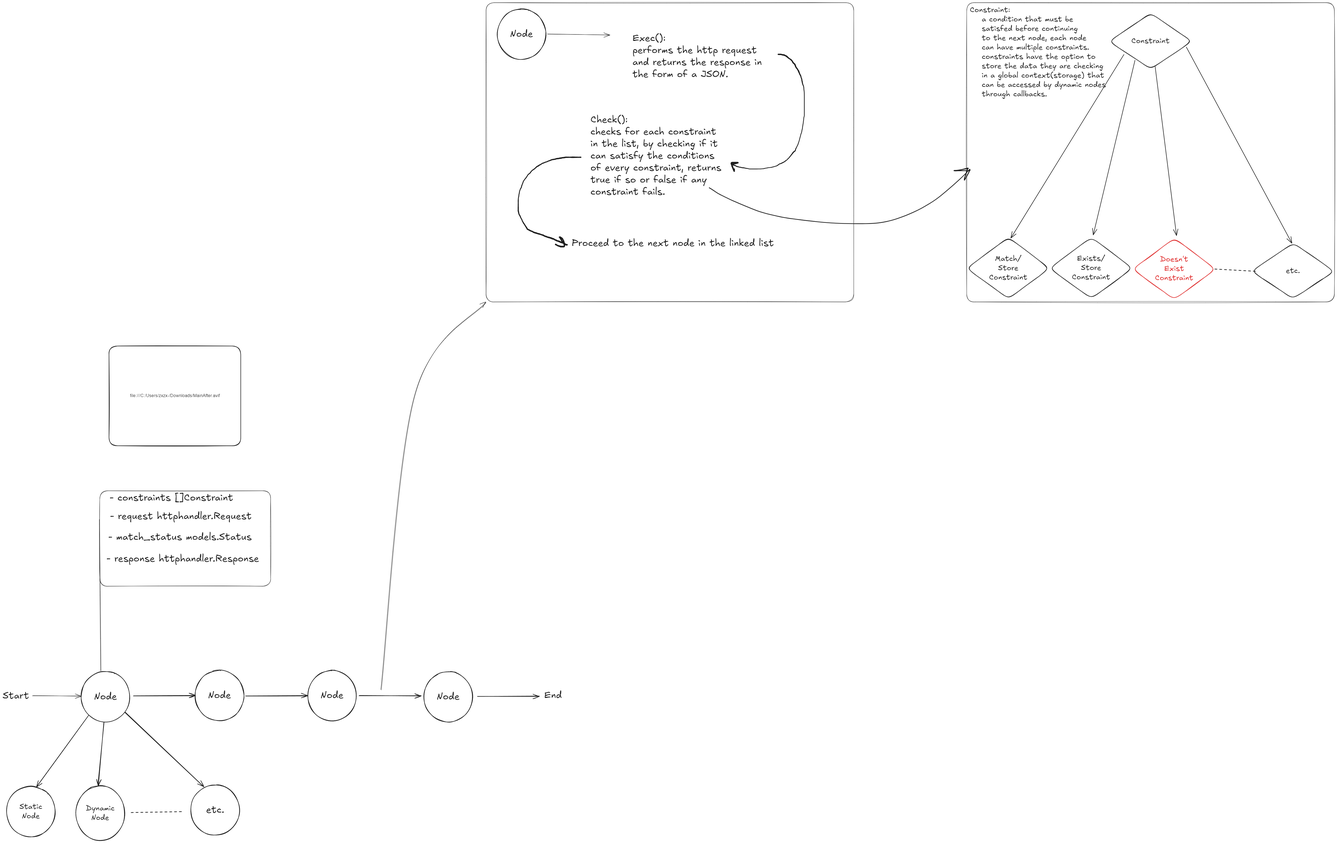
This is docs.excalidraw.png from ZiyadAlHaqbani/restngo, a Excalidraw export, as it was before one commit. Source tidied: one line per element, renumbered; positions are measured from the earlier drawing's top-left corner, leaving out a move shared by most shapes.
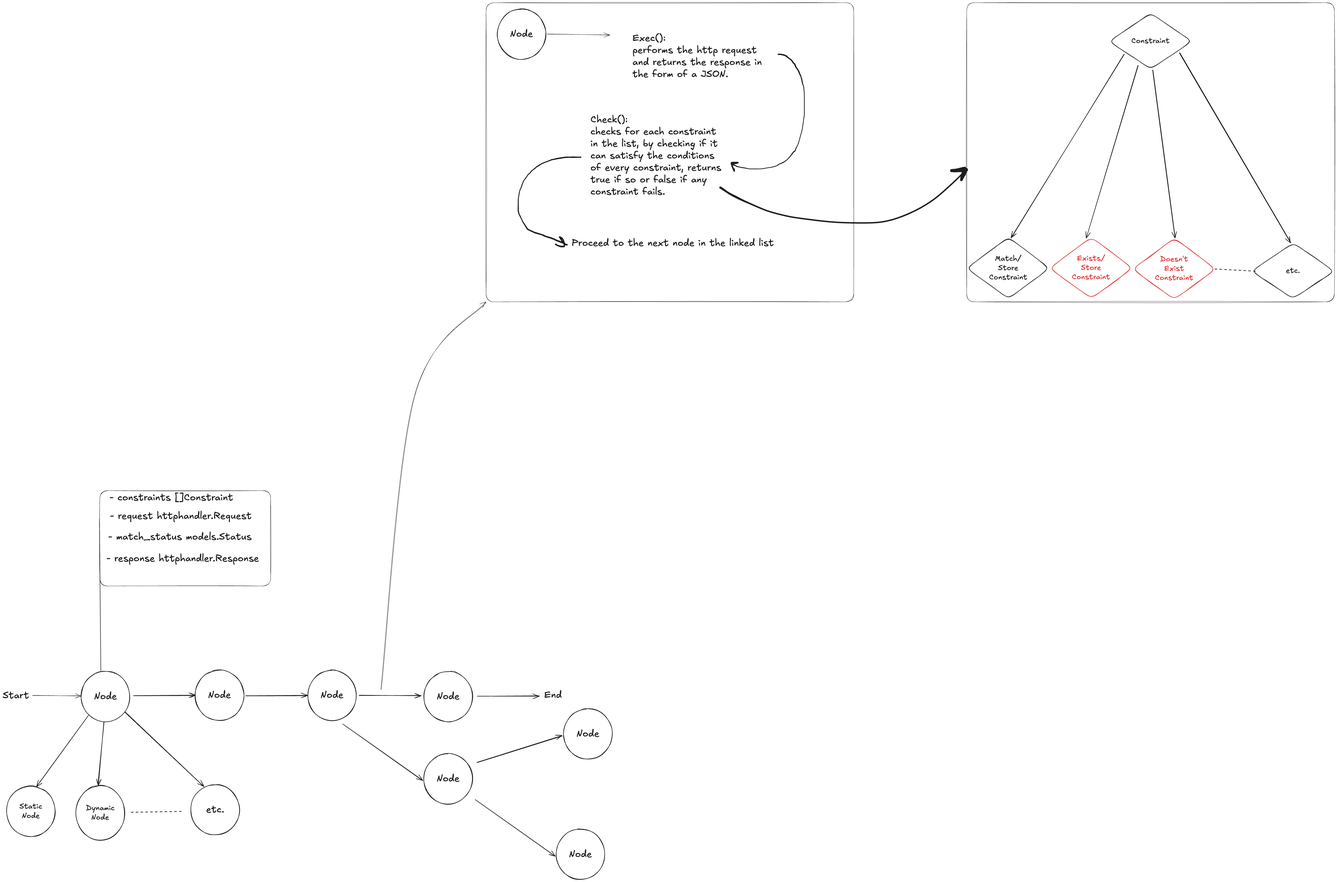
Later version of the same file.

Change to the diagram source:
```diff
@@ -39,21 +39,29 @@
 {"id": 38, "type": "freedraw", "strokeColor": "#1e1e1e", "strokeWidth": 1, "roughness": 1, "x": 2174, "y": 579, "width": 234, "height": 334, "points": [[-10, 0], [-41, 0], [-73, 2], [-102, 5], [-137, 17], [-169, 32], [-200, 60], [-227, 92], [-240, 133], [-244, 174], [-242, 207], [-227, 242], [-211, 268], [-186, 282], [-162, 288], [-137, 297], [-119, 304], [-98, 312], [-77, 319], [-64, 328], [-83, 311], [-83, 300], [-71, 324], [-83, 334], [-104, 328]]}
 {"id": 39, "type": "text", "text": "Proceed to the next node in the linked list", "strokeColor": "#1e1e1e", "strokeWidth": 1, "roughness": 1, "fontSize": 36, "fontFamily": 5, "x": 2130, "y": 878, "width": 757, "height": 45}
 {"id": 40, "type": "text", "text": "- response httphandler.Response", "strokeColor": "#1e1e1e", "strokeWidth": 1, "strokeStyle": "dashed", "roughness": 1, "fontSize": 36, "fontFamily": 5, "x": 389, "y": 2059, "width": 571, "height": 45}
-{"id": 41, "type": "freedraw", "strokeColor": "#1e1e1e", "strokeWidth": 1, "roughness": 1, "x": 2646, "y": 692, "width": 977, "height": 208, "points": [[0, 1], [22, 15], [53, 33], [87, 49], [157, 78], [231, 102], [314, 118], [465, 134], [626, 134], [723, 110], [859, 39], [943, -36], [975, -69], [971, -55], [956, -28], [957, -40], [965, -64], [968, -71], [958, -70], [927, -64], [916, -63], [923, -63], [953, -63], [972, -63], [975, -68]]}
+{"id": 41, "type": "freedraw", "strokeColor": "#1e1e1e", "strokeWidth": 2, "roughness": 1, "x": 2687, "y": 692, "width": 923, "height": 205, "points": [[0, 0], [21, 14], [50, 31], [82, 47], [148, 76], [218, 100], [296, 115], [439, 131], [591, 132], [683, 108], [812, 37], [891, -36], [921, -69], [917, -55], [902, -29], [904, -41], [911, -64], [915, -71], [904, -70], [875, -64], [865, -63], [871, -63], [900, -63], [918, -63], [921, -68]]}
 {"id": 42, "type": "rectangle", "strokeColor": "#1e1e1e", "strokeWidth": 1, "roughness": 1, "round": true, "x": 3610, "y": 0, "width": 1377, "height": 1120}
 {"id": 43, "type": "diamond", "strokeColor": "#1e1e1e", "strokeWidth": 2, "roughness": 1, "round": true, "x": 4143, "y": 40, "width": 310, "height": 208}
 {"id": 44, "type": "text", "text": "Constraint", "strokeColor": "#1e1e1e", "strokeWidth": 2, "roughness": 1, "fontSize": 28, "fontFamily": 5, "textAlign": "center", "verticalAlign": "middle", "inside": 43, "x": 4226, "y": 126, "width": 143, "height": 35}
 {"id": 45, "type": "diamond", "strokeColor": "#1e1e1e", "strokeWidth": 2, "roughness": 1, "round": true, "x": 3610, "y": 878, "width": 310, "height": 230}
 {"id": 46, "type": "text", "text": "Match/\nStore\nConstraint", "strokeColor": "#1e1e1e", "strokeWidth": 2, "roughness": 1, "fontSize": 28, "fontFamily": 5, "textAlign": "center", "verticalAlign": "middle", "inside": 45, "x": 3693, "y": 941, "width": 143, "height": 105}
-{"id": 47, "type": "diamond", "strokeColor": "#1e1e1e", "strokeWidth": 2, "roughness": 1, "round": true, "x": 3920, "y": 878, "width": 310, "height": 230}
+{"id": 47, "type": "diamond", "strokeColor": "#e03131", "strokeWidth": 2, "roughness": 1, "round": true, "x": 3920, "y": 878, "width": 310, "height": 230}
-{"id": 48, "type": "text", "text": "Exists/\nStore\nConstraint", "strokeColor": "#1e1e1e", "strokeWidth": 2, "roughness": 1, "fontSize": 28, "fontFamily": 5, "textAlign": "center", "verticalAlign": "middle", "inside": 47, "x": 4003, "y": 940, "width": 143, "height": 105}
+{"id": 48, "type": "text", "text": "Exists/\nStore\nConstraint", "strokeColor": "#e03131", "strokeWidth": 2, "roughness": 1, "fontSize": 28, "fontFamily": 5, "textAlign": "center", "verticalAlign": "middle", "inside": 47, "x": 4003, "y": 940, "width": 143, "height": 105}
 {"id": 49, "type": "diamond", "strokeColor": "#1e1e1e", "strokeWidth": 2, "roughness": 1, "round": true, "x": 4676, "y": 900, "width": 310, "height": 208}
 {"id": 50, "type": "text", "text": "etc.", "strokeColor": "#1e1e1e", "strokeWidth": 2, "roughness": 1, "fontSize": 28, "fontFamily": 5, "textAlign": "center", "verticalAlign": "middle", "inside": 49, "x": 4805, "y": 987, "width": 52, "height": 35}
-{"id": 51, "type": "arrow", "strokeColor": "#1e1e1e", "strokeWidth": 2, "roughness": 0, "endArrowhead": "arrow", "round": true, "x": 4198, "y": 194, "width": 423, "height": 687, "points": [[0, 0], [-423, 687]]}
+{"id": 51, "type": "arrow", "strokeColor": "#1e1e1e", "strokeWidth": 2, "roughness": 1, "endArrowhead": "arrow", "round": true, "x": 4198, "y": 194, "width": 423, "height": 687, "points": [[0, 0], [-423, 687]]}
-{"id": 52, "type": "arrow", "strokeColor": "#1e1e1e", "strokeWidth": 2, "roughness": 0, "endArrowhead": "arrow", "round": true, "from": 43, "to": 47, "x": 4240, "y": 216, "width": 156, "height": 653, "points": [[0, 0], [-156, 653]]}
+{"id": 52, "type": "arrow", "strokeColor": "#1e1e1e", "strokeWidth": 2, "roughness": 1, "endArrowhead": "arrow", "round": true, "from": 43, "to": 47, "x": 4251, "y": 236, "width": 194, "height": 644, "points": [[0, 0], [-194, 644]]}
-{"id": 53, "type": "arrow", "strokeColor": "#1e1e1e", "strokeWidth": 2, "roughness": 0, "endArrowhead": "arrow", "round": true, "from": 43, "to": 49, "x": 4432, "y": 166, "width": 395, "height": 734, "points": [[0, 0], [395, 734]]}
+{"id": 53, "type": "arrow", "strokeColor": "#1e1e1e", "strokeWidth": 2, "roughness": 1, "endArrowhead": "arrow", "round": true, "from": 43, "to": 49, "x": 4406, "y": 187, "width": 417, "height": 712, "points": [[0, 0], [417, 712]]}
 {"id": 54, "type": "line", "strokeColor": "#1e1e1e", "strokeWidth": 2, "strokeStyle": "dashed", "roughness": 1, "round": true, "x": 4540, "y": 997, "width": 158, "height": 8, "points": [[0, 0], [158, 8]]}
 {"id": 55, "type": "diamond", "strokeColor": "#e03131", "strokeWidth": 2, "roughness": 1, "round": true, "x": 4231, "y": 881, "width": 310, "height": 230}
 {"id": 56, "type": "text", "text": "Doesn't\nExist\nConstraint", "strokeColor": "#e03131", "strokeWidth": 2, "roughness": 1, "fontSize": 28, "fontFamily": 5, "textAlign": "center", "verticalAlign": "middle", "inside": 55, "x": 4315, "y": 944, "width": 143, "height": 105}
-{"id": 57, "type": "arrow", "strokeColor": "#1e1e1e", "strokeWidth": 2, "roughness": 0, "endArrowhead": "arrow", "round": true, "from": 43, "to": 55, "x": 4315, "y": 239, "width": 80, "height": 633, "points": [[0, 0], [80, 633]]}
+{"id": 57, "type": "arrow", "strokeColor": "#1e1e1e", "strokeWidth": 2, "roughness": 1, "endArrowhead": "arrow", "round": true, "from": 43, "to": 55, "x": 4307, "y": 253, "width": 83, "height": 627, "points": [[0, 0], [83, 627]]}
-{"id": 58, "type": "text", "text": "Constraint:\n    a condition that must be\n    satisfed before continuing\n    to the next node, each node\n    can have multiple constraints.\n    constraints have the option to\n    store the data they are checking\n    in a global context(storage) that\n    can be accessed by dynamic nodes\n    through callbacks.", "strokeColor": "#1e1e1e", "strokeWidth": 2, "roughness": 1, "fontSize": 28, "fontFamily": 5, "x": 3621, "y": 10, "width": 509, "height": 350}
+{"id": 59, "type": "arrow", "strokeColor": "#1e1e1e", "strokeWidth": 2, "roughness": 1, "endArrowhead": "arrow", "round": true, "from": 15, "to": 60, "x": 1274, "y": 2701, "width": 298, "height": 211, "points": [[0, 0], [298, 211]]}
+{"id": 60, "type": "ellipse", "strokeColor": "#1e1e1e", "strokeWidth": 2, "roughness": 1, "round": true, "x": 1577, "y": 2811, "width": 182, "height": 189}
+{"id": 61, "type": "text", "text": "Node", "strokeColor": "#1e1e1e", "strokeWidth": 2, "roughness": 1, "fontSize": 36, "fontFamily": 5, "textAlign": "center", "verticalAlign": "middle", "inside": 60, "x": 1625, "y": 2883, "width": 85, "height": 45}
+{"id": 62, "type": "arrow", "strokeColor": "#1e1e1e", "strokeWidth": 2, "roughness": 1, "endArrowhead": "arrow", "round": true, "to": 63, "x": 1770, "y": 2984, "width": 298, "height": 211, "points": [[0, 0], [298, 211]]}
+{"id": 63, "type": "ellipse", "strokeColor": "#1e1e1e", "strokeWidth": 2, "roughness": 1, "round": true, "x": 2072, "y": 3094, "width": 182, "height": 189}
+{"id": 64, "type": "text", "text": "Node", "strokeColor": "#1e1e1e", "strokeWidth": 2, "roughness": 1, "fontSize": 36, "fontFamily": 5, "textAlign": "center", "verticalAlign": "middle", "inside": 63, "x": 2121, "y": 3166, "width": 85, "height": 45}
+{"id": 65, "type": "arrow", "strokeColor": "#1e1e1e", "strokeWidth": 2, "roughness": 1, "endArrowhead": "arrow", "round": true, "from": 60, "to": 66, "x": 1775, "y": 2845, "width": 321, "height": 100, "points": [[0, 0], [321, -100]]}
+{"id": 66, "type": "ellipse", "strokeColor": "#1e1e1e", "strokeWidth": 2, "roughness": 1, "round": true, "x": 2100, "y": 2643, "width": 182, "height": 189}
+{"id": 67, "type": "text", "text": "Node", "strokeColor": "#1e1e1e", "strokeWidth": 2, "roughness": 1, "fontSize": 36, "fontFamily": 5, "textAlign": "center", "verticalAlign": "middle", "inside": 66, "x": 2149, "y": 2715, "width": 85, "height": 45}
```
